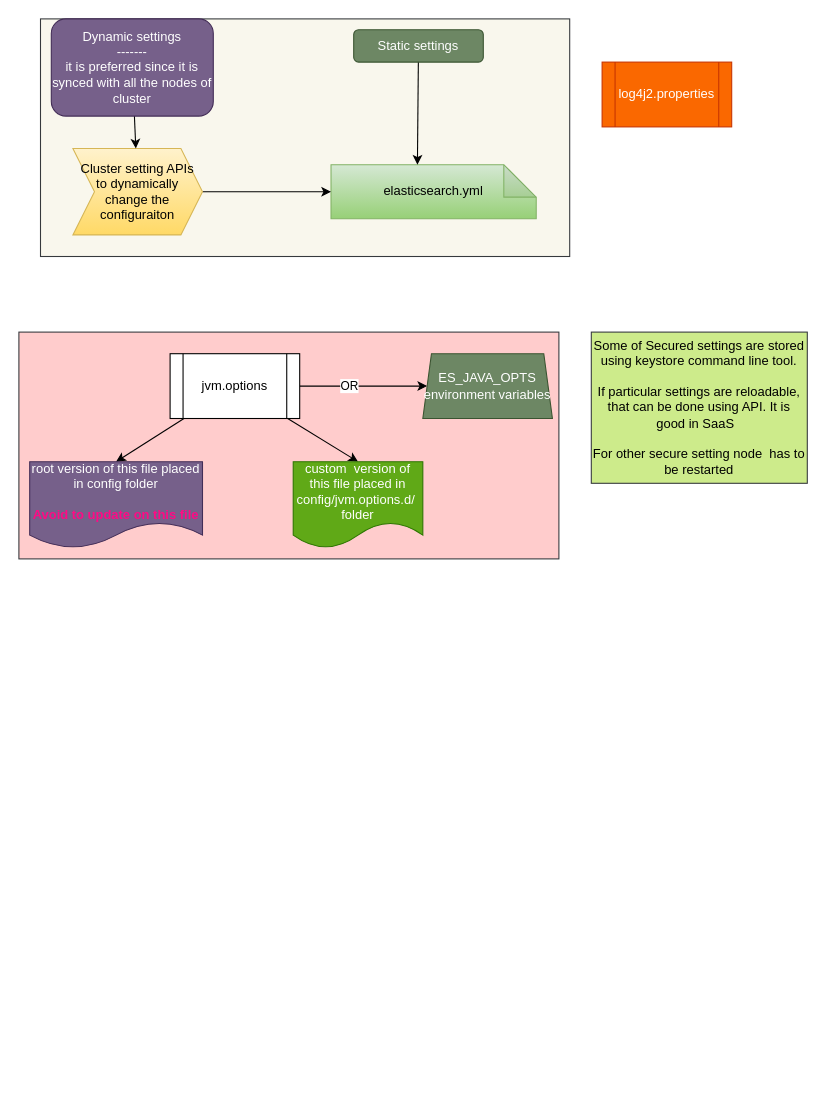
Earlier version of the draw.io diagram page "Configurations Files" (3 of 13) of My Articles/elastic stack/ElasticSearch Administration.drawio (paramothers/books). Source tidied: cells renumbered, new cells numbered last; positions are measured from the earlier drawing's top-left corner, leaving out a move shared by most shapes. Both pictures are drawn from the tidied source at 108%, with x=0, y=0 at pixel (18, 18).
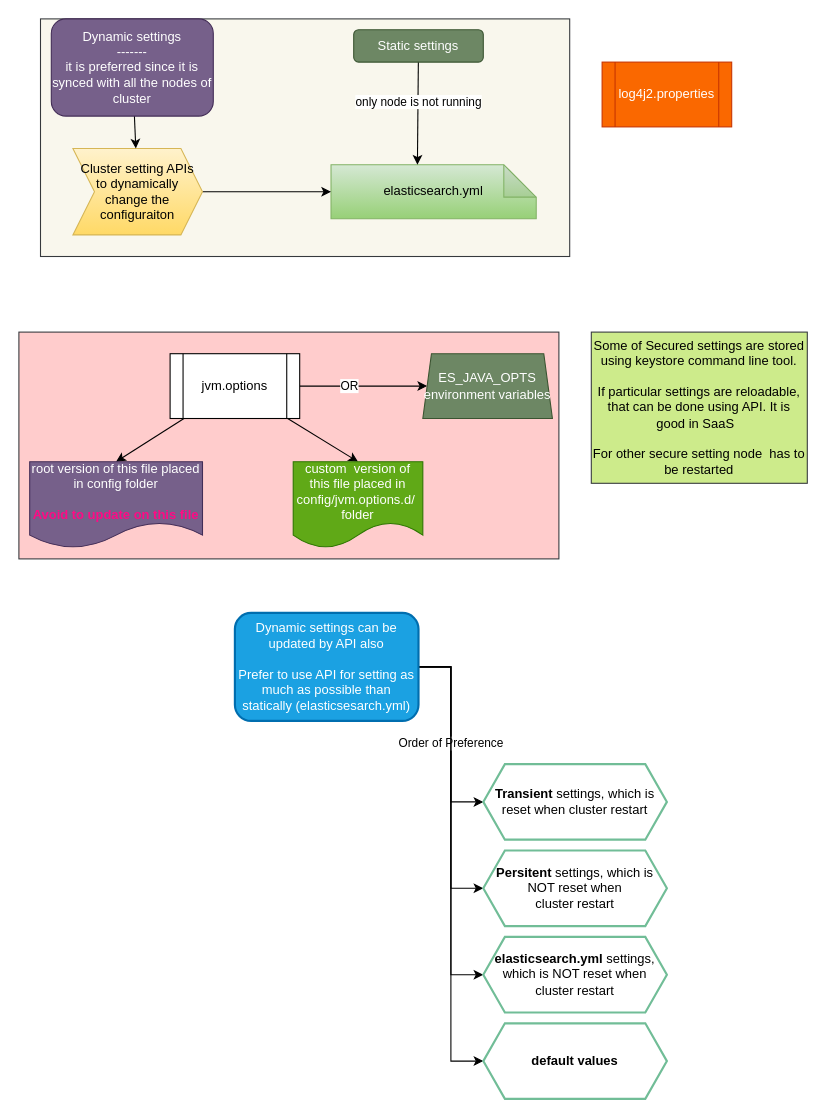
After the change.

The change refers to these unchanged cells:
```xml
<mxCell id="15" style="edgeStyle=none;rounded=0;jettySize=auto;html=1;entryX=0;entryY=0;entryDx=80;entryDy=0;entryPerimeter=0;" parent="1" edge="1" source="16" target="4">
  <mxGeometry relative="1" as="geometry" />
</mxCell>
```

Change to the diagram source:
```diff
@@
+    <mxCell id="21" value="only node is not running" style="edgeLabel;html=1;align=center;verticalAlign=middle;" parent="15" vertex="1">
+      <mxGeometry x="-0.22" relative="1" as="geometry" />
+    </mxCell>
@@
+    <mxCell id="22" style="edgeStyle=orthogonalEdgeStyle;rounded=0;jettySize=auto;html=1;entryX=0;entryY=0.5;entryDx=0;entryDy=0;" parent="1" edge="1" source="27" target="28">
+      <mxGeometry relative="1" as="geometry" />
+    </mxCell>
+    <mxCell id="23" style="edgeStyle=orthogonalEdgeStyle;rounded=0;jettySize=auto;html=1;entryX=0;entryY=0.5;entryDx=0;entryDy=0;" parent="1" edge="1" source="27" target="29">
+      <mxGeometry relative="1" as="geometry" />
+    </mxCell>
+    <mxCell id="24" value="Order of Preference" style="edgeLabel;html=1;align=center;verticalAlign=middle;" parent="23" vertex="1">
+      <mxGeometry x="-0.42" y="-1" relative="1" as="geometry">
+        <mxPoint y="23" as="offset" />
+      </mxGeometry>
+    </mxCell>
+    <mxCell id="25" style="edgeStyle=orthogonalEdgeStyle;rounded=0;jettySize=auto;html=1;entryX=0;entryY=0.5;entryDx=0;entryDy=0;" parent="1" edge="1" source="27" target="30">
+      <mxGeometry relative="1" as="geometry" />
+    </mxCell>
+    <mxCell id="26" style="edgeStyle=orthogonalEdgeStyle;rounded=0;jettySize=auto;html=1;entryX=0;entryY=0.5;entryDx=0;entryDy=0;" parent="1" edge="1" source="27" target="31">
+      <mxGeometry relative="1" as="geometry" />
+    </mxCell>
+    <mxCell id="27" value="Dynamic settings can be updated by API also&lt;br&gt;&lt;br&gt;Prefer to use API for setting as much as possible than statically (elasticsesarch.yml)" style="rounded=1;whiteSpace=wrap;html=1;strokeColor=#006EAF;strokeWidth=2;align=center;fillColor=#1ba1e2;fontColor=#ffffff;" parent="1" vertex="1">
+      <mxGeometry x="200" y="550" width="170" height="100" as="geometry" />
+    </mxCell>
+    <mxCell id="28" value="&lt;b&gt;Transient&lt;/b&gt; settings, which is reset when cluster restart" style="shape=hexagon;perimeter=hexagonPerimeter2;whiteSpace=wrap;html=1;fixedSize=1;strokeColor=#71BD97;strokeWidth=2;align=center;" parent="1" vertex="1">
+      <mxGeometry x="430" y="690" width="170" height="70" as="geometry" />
+    </mxCell>
+    <mxCell id="29" value="&lt;b&gt;Persitent&lt;/b&gt; settings, which is NOT reset when &lt;br&gt;cluster restart" style="shape=hexagon;perimeter=hexagonPerimeter2;whiteSpace=wrap;html=1;fixedSize=1;strokeColor=#71BD97;strokeWidth=2;align=center;" parent="1" vertex="1">
+      <mxGeometry x="430" y="770" width="170" height="70" as="geometry" />
+    </mxCell>
+    <mxCell id="30" value="&lt;b&gt;elasticsearch.yml&lt;/b&gt; settings, which is NOT reset when &lt;br&gt;cluster restart" style="shape=hexagon;perimeter=hexagonPerimeter2;whiteSpace=wrap;html=1;fixedSize=1;strokeColor=#71BD97;strokeWidth=2;align=center;" parent="1" vertex="1">
+      <mxGeometry x="430" y="850" width="170" height="70" as="geometry" />
+    </mxCell>
+    <mxCell id="31" value="&lt;b&gt;default values&lt;/b&gt;" style="shape=hexagon;perimeter=hexagonPerimeter2;whiteSpace=wrap;html=1;fixedSize=1;strokeColor=#71BD97;strokeWidth=2;align=center;" parent="1" vertex="1">
+      <mxGeometry x="430" y="930" width="170" height="70" as="geometry" />
+    </mxCell>
```
